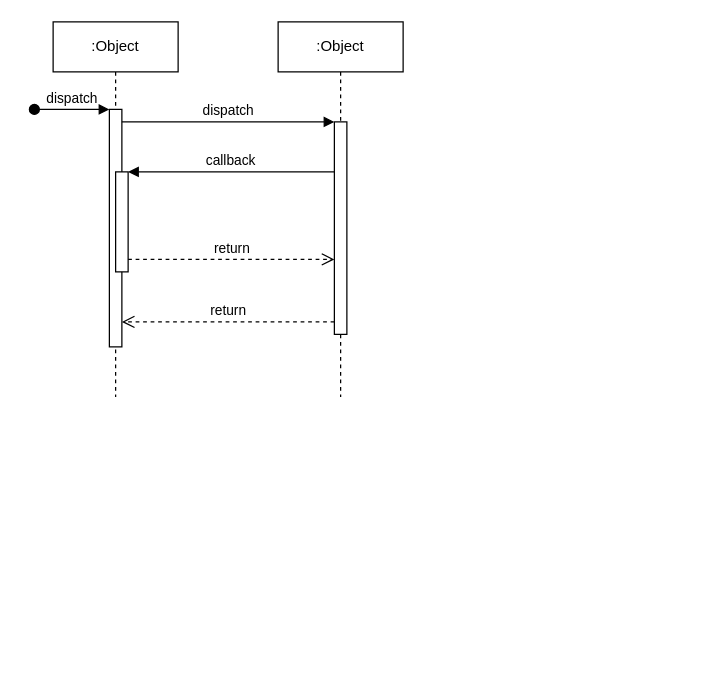
This is Diagrama sem nome.drawio from AnderBrIF/IF, a draw.io file, before an edit. Source tidied: cells renumbered, new cells numbered last; positions are measured from the earlier drawing's top-left corner, leaving out a move shared by most shapes. Both pictures are drawn from the tidied source at 125%, with x=0, y=0 at pixel (34, 21).
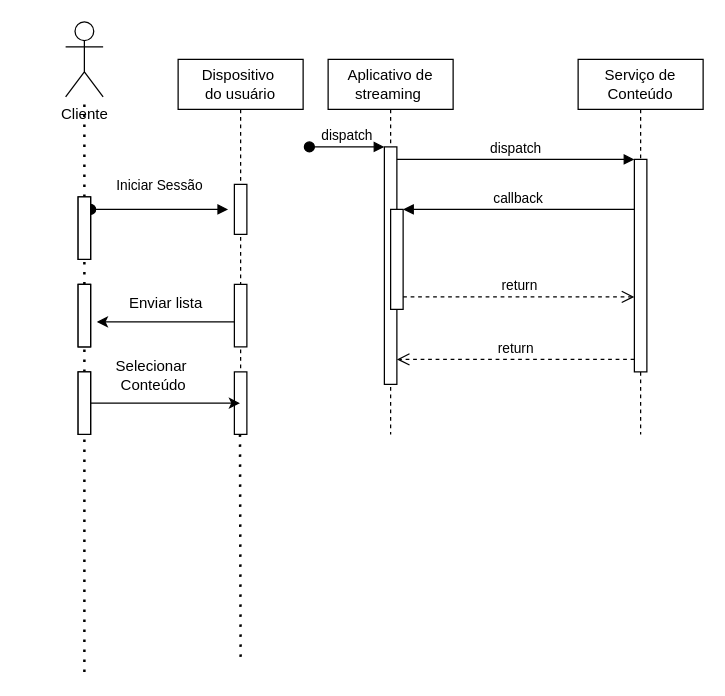
Above is the later version.

The change refers to these unchanged cells:
```xml
<mxCell id="3" style="html=1;points=[];perimeter=orthogonalPerimeter;outlineConnect=0;targetShapes=umlLifeline;portConstraint=eastwest;newEdgeStyle={&quot;edgeStyle&quot;:&quot;elbowEdgeStyle&quot;,&quot;elbow&quot;:&quot;vertical&quot;,&quot;curved&quot;:0,&quot;rounded&quot;:0};" parent="2" vertex="1">
  <mxGeometry x="45" y="70" width="10" height="190" as="geometry" />
</mxCell>
<mxCell id="5" style="html=1;points=[];perimeter=orthogonalPerimeter;outlineConnect=0;targetShapes=umlLifeline;portConstraint=eastwest;newEdgeStyle={&quot;edgeStyle&quot;:&quot;elbowEdgeStyle&quot;,&quot;elbow&quot;:&quot;vertical&quot;,&quot;curved&quot;:0,&quot;rounded&quot;:0};" parent="2" vertex="1">
  <mxGeometry x="50" y="120" width="10" height="80" as="geometry" />
</mxCell>
<mxCell id="7" style="html=1;points=[];perimeter=orthogonalPerimeter;outlineConnect=0;targetShapes=umlLifeline;portConstraint=eastwest;newEdgeStyle={&quot;edgeStyle&quot;:&quot;elbowEdgeStyle&quot;,&quot;elbow&quot;:&quot;vertical&quot;,&quot;curved&quot;:0,&quot;rounded&quot;:0};" parent="6" vertex="1">
  <mxGeometry x="45" y="80" width="10" height="170" as="geometry" />
</mxCell>
```

Change to the diagram source:
```diff
@@
-    <mxCell id="2" value=":Object" style="shape=umlLifeline;perimeter=lifelinePerimeter;whiteSpace=wrap;html=1;newEdgeStyle={&quot;edgeStyle&quot;:&quot;elbowEdgeStyle&quot;,&quot;elbow&quot;:&quot;vertical&quot;,&quot;curved&quot;:0,&quot;rounded&quot;:0};" parent="1" vertex="1">
-      <mxGeometry x="15" width="100" height="300" as="geometry" />
+    <mxCell id="2" value="Aplicativo de&lt;br&gt;streaming&amp;nbsp;" style="shape=umlLifeline;perimeter=lifelinePerimeter;whiteSpace=wrap;html=1;newEdgeStyle={&quot;edgeStyle&quot;:&quot;elbowEdgeStyle&quot;,&quot;elbow&quot;:&quot;vertical&quot;,&quot;curved&quot;:0,&quot;rounded&quot;:0};" parent="1" vertex="1">
+      <mxGeometry x="235" y="30" width="100" height="300" as="geometry" />
     </mxCell>
@@
-    <mxCell id="6" value=":Object" style="shape=umlLifeline;perimeter=lifelinePerimeter;whiteSpace=wrap;html=1;newEdgeStyle={&quot;edgeStyle&quot;:&quot;elbowEdgeStyle&quot;,&quot;elbow&quot;:&quot;vertical&quot;,&quot;curved&quot;:0,&quot;rounded&quot;:0};" parent="1" vertex="1">
-      <mxGeometry x="195" width="100" height="300" as="geometry" />
+    <mxCell id="6" value="Serviço de Conteúdo" style="shape=umlLifeline;perimeter=lifelinePerimeter;whiteSpace=wrap;html=1;newEdgeStyle={&quot;edgeStyle&quot;:&quot;elbowEdgeStyle&quot;,&quot;elbow&quot;:&quot;vertical&quot;,&quot;curved&quot;:0,&quot;rounded&quot;:0};" parent="1" vertex="1">
+      <mxGeometry x="435" y="30" width="100" height="300" as="geometry" />
     </mxCell>
@@
     <mxCell id="8" value="dispatch" style="html=1;verticalAlign=bottom;endArrow=block;edgeStyle=elbowEdgeStyle;elbow=vertical;curved=0;rounded=0;" parent="1" edge="1" source="3" target="7">
       <mxGeometry relative="1" as="geometry">
         <Array as="points">
-          <mxPoint x="155" y="80" />
+          <mxPoint x="395" y="110" />
         </Array>
       </mxGeometry>
     </mxCell>
     <mxCell id="9" value="return" style="html=1;verticalAlign=bottom;endArrow=open;dashed=1;endSize=8;edgeStyle=elbowEdgeStyle;elbow=vertical;curved=0;rounded=0;" parent="1" edge="1" source="7" target="3">
       <mxGeometry relative="1" as="geometry">
         <Array as="points">
-          <mxPoint x="165" y="240" />
+          <mxPoint x="405" y="270" />
         </Array>
       </mxGeometry>
     </mxCell>
     <mxCell id="10" value="callback" style="html=1;verticalAlign=bottom;endArrow=block;edgeStyle=elbowEdgeStyle;elbow=vertical;curved=0;rounded=0;" parent="1" edge="1" source="7" target="5">
       <mxGeometry relative="1" as="geometry">
         <Array as="points">
-          <mxPoint x="165" y="120" />
+          <mxPoint x="405" y="150" />
         </Array>
       </mxGeometry>
     </mxCell>
     <mxCell id="11" value="return" style="html=1;verticalAlign=bottom;endArrow=open;dashed=1;endSize=8;edgeStyle=elbowEdgeStyle;elbow=vertical;curved=0;rounded=0;" parent="1" edge="1" source="5" target="7">
       <mxGeometry relative="1" as="geometry">
         <Array as="points">
-          <mxPoint x="155" y="190" />
+          <mxPoint x="395" y="220" />
         </Array>
       </mxGeometry>
     </mxCell>
+    <mxCell id="12" style="edgeStyle=orthogonalEdgeStyle;rounded=0;jettySize=auto;html=1;exitX=0.5;exitY=0.5;exitDx=0;exitDy=0;exitPerimeter=0;" parent="1" edge="1" source="13">
+      <mxGeometry relative="1" as="geometry">
+        <mxPoint x="40.6" y="30" as="targetPoint" />
+      </mxGeometry>
+    </mxCell>
+    <mxCell id="13" value="Cliente" style="shape=umlActor;verticalLabelPosition=bottom;verticalAlign=top;html=1;outlineConnect=0;" parent="1" vertex="1">
+      <mxGeometry x="25" width="30" height="60" as="geometry" />
+    </mxCell>
+    <mxCell id="14" value="Dispositivo&amp;nbsp;&lt;br&gt;do usuário" style="shape=umlLifeline;perimeter=lifelinePerimeter;whiteSpace=wrap;html=1;outlineConnect=0;portConstraint=eastwest;newEdgeStyle={&quot;edgeStyle&quot;:&quot;elbowEdgeStyle&quot;,&quot;elbow&quot;:&quot;vertical&quot;,&quot;curved&quot;:0,&quot;rounded&quot;:0};" parent="1" vertex="1">
+      <mxGeometry x="115" y="30" width="100" height="300" as="geometry" />
+    </mxCell>
+    <mxCell id="15" style="html=1;perimeter=orthogonalPerimeter;targetShapes=umlLifeline;newEdgeStyle={&quot;edgeStyle&quot;:&quot;elbowEdgeStyle&quot;,&quot;elbow&quot;:&quot;vertical&quot;,&quot;curved&quot;:0,&quot;rounded&quot;:0};" parent="14" vertex="1">
+      <mxGeometry x="45" y="100" width="10" height="40" as="geometry" />
+    </mxCell>
+    <mxCell id="16" style="html=1;perimeter=orthogonalPerimeter;targetShapes=umlLifeline;newEdgeStyle={&quot;edgeStyle&quot;:&quot;elbowEdgeStyle&quot;,&quot;elbow&quot;:&quot;vertical&quot;,&quot;curved&quot;:0,&quot;rounded&quot;:0};" parent="14" vertex="1">
+      <mxGeometry x="45" y="250" width="10" height="50" as="geometry" />
+    </mxCell>
+    <mxCell id="17" style="html=1;perimeter=orthogonalPerimeter;targetShapes=umlLifeline;newEdgeStyle={&quot;edgeStyle&quot;:&quot;elbowEdgeStyle&quot;,&quot;elbow&quot;:&quot;vertical&quot;,&quot;curved&quot;:0,&quot;rounded&quot;:0};" parent="1" vertex="1">
+      <mxGeometry x="35" y="140" width="10" height="50" as="geometry" />
+    </mxCell>
+    <mxCell id="18" style="endArrow=none;dashed=1;html=1;dashPattern=1 3;strokeWidth=2;rounded=0;" parent="1" edge="1" source="26" target="13">
+      <mxGeometry relative="1" as="geometry" />
+    </mxCell>
+    <mxCell id="19" value="Iniciar Sessão" style="html=1;verticalAlign=bottom;startArrow=oval;endArrow=block;startSize=8;edgeStyle=elbowEdgeStyle;elbow=vertical;curved=0;rounded=0;" parent="1" edge="1" source="26">
+      <mxGeometry y="10" relative="1" as="geometry">
+        <mxPoint x="155" y="150" as="targetPoint" />
+      </mxGeometry>
+    </mxCell>
+    <mxCell id="20" style="endArrow=classic;html=1;rounded=0;" parent="1" edge="1" source="32">
+      <mxGeometry relative="1" as="geometry">
+        <mxPoint x="50" y="240" as="targetPoint" />
+      </mxGeometry>
+    </mxCell>
+    <mxCell id="21" value="Enviar lista" style="text;html=1;align=center;verticalAlign=middle;strokeColor=none;fillColor=none;" parent="1" vertex="1">
+      <mxGeometry x="65" y="210" width="80" height="30" as="geometry" />
+    </mxCell>
+    <mxCell id="22" style="endArrow=classic;html=1;rounded=0;" parent="1" edge="1" source="30" target="14">
+      <mxGeometry relative="1" as="geometry" />
+    </mxCell>
+    <mxCell id="23" style="html=1;perimeter=orthogonalPerimeter;targetShapes=umlLifeline;newEdgeStyle={&quot;edgeStyle&quot;:&quot;elbowEdgeStyle&quot;,&quot;elbow&quot;:&quot;vertical&quot;,&quot;curved&quot;:0,&quot;rounded&quot;:0};" parent="1" vertex="1">
+      <mxGeometry x="35" y="210" width="10" height="50" as="geometry" />
+    </mxCell>
+    <mxCell id="24" style="html=1;perimeter=orthogonalPerimeter;targetShapes=umlLifeline;newEdgeStyle={&quot;edgeStyle&quot;:&quot;elbowEdgeStyle&quot;,&quot;elbow&quot;:&quot;vertical&quot;,&quot;curved&quot;:0,&quot;rounded&quot;:0};" parent="1" vertex="1">
+      <mxGeometry x="35" y="280" width="10" height="50" as="geometry" />
+    </mxCell>
+    <mxCell id="25" style="endArrow=none;dashed=1;html=1;dashPattern=1 3;strokeWidth=2;rounded=0;" parent="1" edge="1" source="28" target="26">
+      <mxGeometry relative="1" as="geometry" />
+    </mxCell>
+    <mxCell id="26" style="html=1;points=[];perimeter=orthogonalPerimeter;outlineConnect=0;targetShapes=umlLifeline;portConstraint=eastwest;newEdgeStyle={&quot;edgeStyle&quot;:&quot;elbowEdgeStyle&quot;,&quot;elbow&quot;:&quot;vertical&quot;,&quot;curved&quot;:0,&quot;rounded&quot;:0};" parent="1" vertex="1">
+      <mxGeometry x="35" y="140" width="10" height="50" as="geometry" />
+    </mxCell>
+    <mxCell id="27" style="endArrow=none;dashed=1;html=1;dashPattern=1 3;strokeWidth=2;rounded=0;" parent="1" edge="1" source="30" target="28">
+      <mxGeometry relative="1" as="geometry" />
+    </mxCell>
+    <mxCell id="28" style="html=1;points=[];perimeter=orthogonalPerimeter;outlineConnect=0;targetShapes=umlLifeline;portConstraint=eastwest;newEdgeStyle={&quot;edgeStyle&quot;:&quot;elbowEdgeStyle&quot;,&quot;elbow&quot;:&quot;vertical&quot;,&quot;curved&quot;:0,&quot;rounded&quot;:0};" parent="1" vertex="1">
+      <mxGeometry x="35" y="210" width="10" height="50" as="geometry" />
+    </mxCell>
+    <mxCell id="29" style="endArrow=none;dashed=1;html=1;dashPattern=1 3;strokeWidth=2;rounded=0;" parent="1" edge="1" target="30">
+      <mxGeometry relative="1" as="geometry">
+        <mxPoint x="40" y="520" as="sourcePoint" />
+      </mxGeometry>
+    </mxCell>
+    <mxCell id="30" style="html=1;points=[];perimeter=orthogonalPerimeter;outlineConnect=0;targetShapes=umlLifeline;portConstraint=eastwest;newEdgeStyle={&quot;edgeStyle&quot;:&quot;elbowEdgeStyle&quot;,&quot;elbow&quot;:&quot;vertical&quot;,&quot;curved&quot;:0,&quot;rounded&quot;:0};" parent="1" vertex="1">
+      <mxGeometry x="35" y="280" width="10" height="50" as="geometry" />
+    </mxCell>
+    <mxCell id="31" style="endArrow=classic;html=1;rounded=0;" parent="1" edge="1" target="32">
+      <mxGeometry relative="1" as="geometry">
+        <mxPoint x="159.8" y="240" as="sourcePoint" />
+      </mxGeometry>
+    </mxCell>
+    <mxCell id="32" style="html=1;points=[];perimeter=orthogonalPerimeter;outlineConnect=0;targetShapes=umlLifeline;portConstraint=eastwest;newEdgeStyle={&quot;edgeStyle&quot;:&quot;elbowEdgeStyle&quot;,&quot;elbow&quot;:&quot;vertical&quot;,&quot;curved&quot;:0,&quot;rounded&quot;:0};" parent="1" vertex="1">
+      <mxGeometry x="160" y="210" width="10" height="50" as="geometry" />
+    </mxCell>
+    <mxCell id="33" style="endArrow=none;dashed=1;html=1;dashPattern=1 3;strokeWidth=2;rounded=0;" parent="1" edge="1" source="14">
+      <mxGeometry relative="1" as="geometry">
+        <mxPoint x="165" y="510" as="targetPoint" />
+      </mxGeometry>
+    </mxCell>
+    <mxCell id="34" value="Selecionar&amp;nbsp;&lt;br&gt;Conteúdo" style="text;html=1;align=center;verticalAlign=middle;strokeColor=none;fillColor=none;" parent="1" vertex="1">
+      <mxGeometry x="55" y="263" width="80" height="40" as="geometry" />
+    </mxCell>
```
